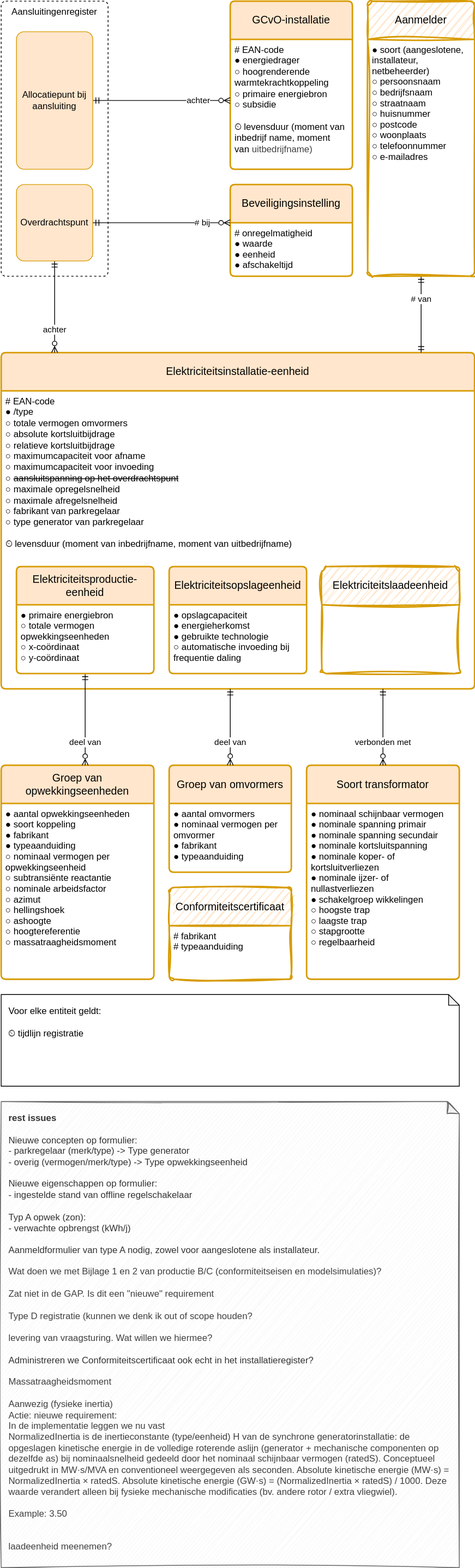
Before: registers/installatieregister/1.0/installatieregister.drawio.svg, a diagram exported from draw.io (Netbeheer-Nederland/stelsel). Source tidied: cells renumbered, new cells last; positions are measured from the earlier drawing's top-left corner, leaving out a move shared by most shapes.
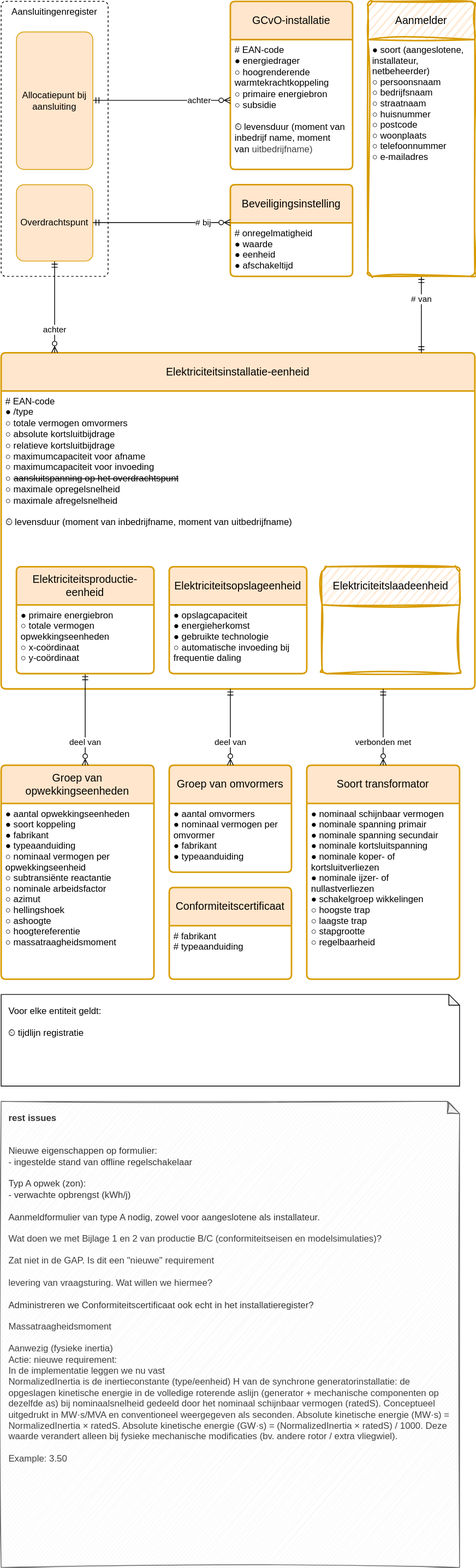
After the change.

Commit message:
aanpassingen linkml / samenvoegen zonne/wind installaties

The edit, as a diff of the source:
```diff
@@ -17,7 +17,7 @@
     <mxCell id="6" value="Elektriciteitsinstallatie-eenheid" style="swimlane;horizontal=1;startSize=50;rounded=1;fontSize=14;fontStyle=0;strokeWidth=2;shadow=0;dashed=0;align=center;fillColor=#ffe6cc;strokeColor=#d79b00;arcSize=4;whiteSpace=wrap;html=1;spacing=10;" parent="1" vertex="1">
       <mxGeometry y="460" width="620" height="440" as="geometry" />
     </mxCell>
-    <mxCell id="7" value="&lt;font style=&quot;background-color: light-dark(#ffffff, var(--ge-dark-color, #121212));&quot;&gt;# EAN-code&lt;br&gt;● /type&lt;br&gt;○&amp;nbsp;totale vermogen omvormers&lt;br&gt;○ absolute kortsluitbijdrage&lt;br&gt;○ relatieve kortsluitbijdrage&lt;br&gt;○&amp;nbsp;maximumcapaciteit voor&amp;nbsp;afname&lt;br&gt;○&amp;nbsp;maximumcapaciteit voor&amp;nbsp;invoeding&lt;br&gt;○&amp;nbsp;&lt;strike style=&quot;&quot;&gt;aansluitspanning op het overdrachtspunt&lt;/strike&gt;&lt;/font&gt;&lt;div&gt;&lt;font&gt;&lt;span style=&quot;background-color: light-dark(#ffffff, var(--ge-dark-color, #121212));&quot;&gt;○ maximale opregelsnelheid&lt;/span&gt;&lt;/font&gt;&lt;/div&gt;&lt;div&gt;&lt;font&gt;&lt;span style=&quot;background-color: light-dark(#ffffff, var(--ge-dark-color, #121212));&quot;&gt;○ maximale afregelsnelheid&lt;/span&gt;&lt;/font&gt;&lt;/div&gt;&lt;div&gt;&lt;font style=&quot;background-color: light-dark(#ffffff, var(--ge-dark-color, #121212));&quot;&gt;&lt;span&gt;○&lt;/span&gt;&lt;span&gt;&amp;nbsp;fabrikant van parkregelaar&lt;/span&gt;&lt;br style=&quot;scrollbar-color: rgb(226, 226, 226) rgb(251, 251, 251); padding: 0px; margin: 0px;&quot;&gt;&lt;span&gt;○&lt;/span&gt;&lt;span&gt;&amp;nbsp;type generator van&lt;/span&gt;&lt;span&gt;&amp;nbsp;parkregelaar&amp;nbsp;&lt;/span&gt;&lt;br&gt;&lt;br&gt;&lt;/font&gt;&lt;div&gt;&lt;font style=&quot;background-color: light-dark(#ffffff, var(--ge-dark-color, #121212));&quot;&gt;⏲&amp;nbsp;levensduur (moment van inbedrijfname, moment van uitbedrijfname)&lt;/font&gt;&lt;/div&gt;&lt;/div&gt;" style="align=left;strokeColor=none;fillColor=none;spacingLeft=4;fontSize=12;verticalAlign=top;fontColor=default;html=1;" parent="6" vertex="1">
+    <mxCell id="7" value="&lt;font style=&quot;background-color: light-dark(#ffffff, var(--ge-dark-color, #121212));&quot;&gt;# EAN-code&lt;br&gt;● /type&lt;br&gt;○&amp;nbsp;totale vermogen omvormers&lt;br&gt;○ absolute kortsluitbijdrage&lt;br&gt;○ relatieve kortsluitbijdrage&lt;br&gt;○&amp;nbsp;maximumcapaciteit voor&amp;nbsp;afname&lt;br&gt;○&amp;nbsp;maximumcapaciteit voor&amp;nbsp;invoeding&lt;br&gt;○&amp;nbsp;&lt;strike style=&quot;&quot;&gt;aansluitspanning op het overdrachtspunt&lt;/strike&gt;&lt;/font&gt;&lt;div&gt;&lt;font&gt;&lt;span style=&quot;background-color: light-dark(#ffffff, var(--ge-dark-color, #121212));&quot;&gt;○ maximale opregelsnelheid&lt;/span&gt;&lt;/font&gt;&lt;/div&gt;&lt;div&gt;&lt;font&gt;&lt;span style=&quot;background-color: light-dark(#ffffff, var(--ge-dark-color, #121212));&quot;&gt;○ maximale afregelsnelheid&lt;/span&gt;&lt;/font&gt;&lt;/div&gt;&lt;div&gt;&lt;font style=&quot;background-color: light-dark(#ffffff, var(--ge-dark-color, #121212));&quot;&gt;&lt;br&gt;&lt;/font&gt;&lt;div&gt;&lt;font style=&quot;background-color: light-dark(#ffffff, var(--ge-dark-color, #121212));&quot;&gt;⏲&amp;nbsp;levensduur (moment van inbedrijfname, moment van uitbedrijfname)&lt;/font&gt;&lt;/div&gt;&lt;/div&gt;" style="align=left;strokeColor=none;fillColor=none;spacingLeft=4;fontSize=12;verticalAlign=top;fontColor=default;html=1;" parent="6" vertex="1">
       <mxGeometry y="50" width="620" height="390" as="geometry" />
     </mxCell>
     <mxCell id="8" value="Groep van opwekkingseenheden" style="swimlane;horizontal=1;startSize=50;rounded=1;fontSize=14;fontStyle=0;strokeWidth=2;shadow=0;dashed=0;align=center;fillColor=#ffe6cc;strokeColor=#d79b00;arcSize=4;whiteSpace=wrap;html=1;spacing=10;" parent="1" vertex="1">
@@ -53,7 +53,7 @@
     <mxCell id="18" value="Overdrachtspunt" style="rounded=1;arcSize=10;whiteSpace=wrap;html=1;align=center;fillColor=#ffe6cc;strokeColor=#d79b00;" parent="1" vertex="1">
       <mxGeometry x="20" y="240" width="100" height="100" as="geometry" />
     </mxCell>
-    <mxCell id="19" value="Conformiteitscertificaat" style="swimlane;horizontal=1;startSize=50;rounded=1;fontSize=14;fontStyle=0;strokeWidth=2;shadow=0;dashed=0;align=center;fillColor=#ffe6cc;strokeColor=#d79b00;arcSize=4;whiteSpace=wrap;html=1;spacing=10;sketch=1;curveFitting=1;jiggle=2;" parent="1" vertex="1">
+    <mxCell id="19" value="Conformiteitscertificaat" style="swimlane;horizontal=1;startSize=50;rounded=1;fontSize=14;fontStyle=0;strokeWidth=2;shadow=0;dashed=0;align=center;fillColor=#ffe6cc;strokeColor=#d79b00;arcSize=4;whiteSpace=wrap;html=1;spacing=10;" parent="1" vertex="1">
       <mxGeometry x="220" y="1160" width="160" height="120" as="geometry" />
     </mxCell>
     <mxCell id="20" value="# fabrikant&#10;# typeaanduiding" style="align=left;strokeColor=none;fillColor=none;spacingLeft=4;fontSize=12;verticalAlign=top;" parent="19" vertex="1">
@@ -101,7 +101,7 @@
     <mxCell id="34" value="● soort (aangeslotene,&#10;   installateur,&#10;   netbeheerder)&#10;○ persoonsnaam &#10;○ bedrijfsnaam &#10;○ straatnaam&#10;○ huisnummer&#10;○ postcode&#10;○ woonplaats&#10;○ telefoonnummer&#10;○ e-mailadres" style="align=left;strokeColor=none;fillColor=none;spacingLeft=4;fontSize=12;verticalAlign=top;" parent="33" vertex="1">
       <mxGeometry y="50" width="140" height="310" as="geometry" />
     </mxCell>
-    <mxCell id="35" value="&lt;div&gt;&lt;b&gt;rest issues&lt;/b&gt;&lt;/div&gt;&lt;div&gt;&lt;br&gt;&lt;/div&gt;Nieuwe concepten op formulier:&lt;div&gt;- parkregelaar (merk/type) -&amp;gt;&amp;nbsp;Type generator&lt;/div&gt;&lt;div&gt;- overig (vermogen/merk/type) -&amp;gt;&amp;nbsp;Type opwekkingseenheid&lt;/div&gt;&lt;div&gt;&lt;br&gt;&lt;/div&gt;&lt;div&gt;Nieuwe eigenschappen op formulier:&lt;/div&gt;&lt;div&gt;- ingestelde stand van offline regelschakelaar&lt;/div&gt;&lt;div&gt;&lt;br&gt;&lt;/div&gt;&lt;div&gt;Typ A opwek (zon):&lt;/div&gt;&lt;div&gt;- verwachte opbrengst (kWh/j)&lt;/div&gt;&lt;div&gt;&lt;br&gt;&lt;/div&gt;&lt;div&gt;&lt;span style=&quot;color: rgb(51, 51, 51);&quot;&gt;Aanmeldformulier van type A nodig, zowel voor aangeslotene als installateur.&lt;/span&gt;&lt;/div&gt;&lt;div&gt;&lt;br&gt;&lt;/div&gt;&lt;div&gt;&lt;span style=&quot;color: rgb(63, 63, 63); background-color: transparent;&quot;&gt;Wat doen we met Bijlage 1 en 2 van productie B/C (conformiteitseisen en modelsimulaties)?&lt;/span&gt;&lt;/div&gt;&lt;div&gt;&lt;span style=&quot;color: rgb(63, 63, 63); background-color: transparent;&quot;&gt;&lt;br&gt;&lt;/span&gt;&lt;/div&gt;&lt;div&gt;&lt;span style=&quot;color: rgb(63, 63, 63); background-color: transparent;&quot;&gt;Zat niet in de GAP. Is dit een &quot;nieuwe&quot; requirement&lt;/span&gt;&lt;/div&gt;&lt;div&gt;&lt;span style=&quot;color: rgb(63, 63, 63); background-color: transparent;&quot;&gt;&lt;br&gt;&lt;/span&gt;&lt;/div&gt;&lt;div&gt;&lt;span style=&quot;color: rgb(63, 63, 63); background-color: transparent;&quot;&gt;Type D registratie (kunnen we denk ik out of scope houden?&lt;/span&gt;&lt;/div&gt;&lt;div&gt;&lt;span style=&quot;color: rgb(63, 63, 63); background-color: transparent;&quot;&gt;&lt;br&gt;&lt;/span&gt;&lt;/div&gt;&lt;div&gt;&lt;span style=&quot;color: rgb(63, 63, 63); background-color: transparent;&quot;&gt;levering van vraagsturing. Wat willen we hiermee?&lt;/span&gt;&lt;/div&gt;&lt;div&gt;&lt;span style=&quot;color: rgb(63, 63, 63); background-color: transparent;&quot;&gt;&lt;br&gt;&lt;/span&gt;&lt;/div&gt;&lt;div&gt;&lt;span style=&quot;color: rgb(63, 63, 63); background-color: transparent;&quot;&gt;&lt;span style=&quot;color: rgb(51, 51, 51);&quot;&gt;Administreren we Conformiteitscertificaat ook echt in het installatieregister?&lt;/span&gt;&lt;/span&gt;&lt;/div&gt;&lt;div&gt;&lt;span style=&quot;color: rgb(63, 63, 63); background-color: transparent;&quot;&gt;&lt;span style=&quot;color: rgb(51, 51, 51);&quot;&gt;&lt;br&gt;&lt;/span&gt;&lt;/span&gt;&lt;/div&gt;&lt;div&gt;&lt;span style=&quot;color: rgb(63, 63, 63); background-color: transparent;&quot;&gt;&lt;span style=&quot;color: rgb(51, 51, 51);&quot;&gt;&lt;div style=&quot;color: rgb(63, 63, 63); scrollbar-color: rgb(226, 226, 226) rgb(251, 251, 251);&quot;&gt;&lt;font style=&quot;scrollbar-color: rgb(226, 226, 226) rgb(251, 251, 251);&quot;&gt;Massatraagheidsmoment&lt;/font&gt;&lt;/div&gt;&lt;div style=&quot;color: rgb(63, 63, 63); scrollbar-color: rgb(226, 226, 226) rgb(251, 251, 251);&quot;&gt;&lt;font style=&quot;scrollbar-color: rgb(226, 226, 226) rgb(251, 251, 251);&quot;&gt;&lt;br style=&quot;color: rgb(63, 63, 63); scrollbar-color: rgb(226, 226, 226) rgb(251, 251, 251);&quot;&gt;&lt;/font&gt;&lt;/div&gt;&lt;div style=&quot;color: rgb(63, 63, 63); scrollbar-color: rgb(226, 226, 226) rgb(251, 251, 251);&quot;&gt;&lt;font style=&quot;scrollbar-color: rgb(226, 226, 226) rgb(251, 251, 251);&quot;&gt;Aanwezig (fysieke inertia)&lt;/font&gt;&lt;/div&gt;&lt;div style=&quot;color: rgb(63, 63, 63); scrollbar-color: rgb(226, 226, 226) rgb(251, 251, 251);&quot;&gt;&lt;font style=&quot;scrollbar-color: rgb(226, 226, 226) rgb(251, 251, 251);&quot;&gt;Actie: nieuwe requirement:&lt;/font&gt;&lt;/div&gt;&lt;div style=&quot;color: rgb(63, 63, 63); scrollbar-color: rgb(226, 226, 226) rgb(251, 251, 251);&quot;&gt;&lt;font style=&quot;scrollbar-color: rgb(226, 226, 226) rgb(251, 251, 251);&quot;&gt;In de implementatie leggen we nu vast&lt;/font&gt;&lt;/div&gt;&lt;div style=&quot;color: rgb(63, 63, 63); scrollbar-color: rgb(226, 226, 226) rgb(251, 251, 251);&quot;&gt;&lt;font style=&quot;scrollbar-color: rgb(226, 226, 226) rgb(251, 251, 251);&quot;&gt;NormalizedInertia is de inertieconstante (type/eenheid) H van de synchrone generatorinstallatie: de opgeslagen kinetische energie in de volledige roterende aslijn (generator + mechanische componenten op dezelfde as) bij nominaalsnelheid gedeeld door het nominaal schijnbaar vermogen (ratedS). Conceptueel uitgedrukt in MW·s/MVA en conventioneel weergegeven als seconden. Absolute kinetische energie (MW·s) = NormalizedInertia × ratedS. Absolute kinetische energie (GW·s) = (NormalizedInertia × ratedS) / 1000. Deze waarde verandert alleen bij fysieke mechanische modificaties (bv. andere rotor / extra vliegwiel).&lt;/font&gt;&lt;/div&gt;&lt;div style=&quot;color: rgb(63, 63, 63); scrollbar-color: rgb(226, 226, 226) rgb(251, 251, 251);&quot;&gt;&lt;font style=&quot;scrollbar-color: rgb(226, 226, 226) rgb(251, 251, 251);&quot;&gt;&lt;br style=&quot;color: rgb(63, 63, 63); scrollbar-color: rgb(226, 226, 226) rgb(251, 251, 251);&quot;&gt;&lt;/font&gt;&lt;/div&gt;&lt;div style=&quot;color: rgb(63, 63, 63); scrollbar-color: rgb(226, 226, 226) rgb(251, 251, 251);&quot;&gt;&lt;font style=&quot;scrollbar-color: rgb(226, 226, 226) rgb(251, 251, 251);&quot;&gt;Example: 3.50&lt;/font&gt;&lt;/div&gt;&lt;div style=&quot;color: rgb(63, 63, 63); scrollbar-color: rgb(226, 226, 226) rgb(251, 251, 251);&quot;&gt;&lt;font style=&quot;scrollbar-color: rgb(226, 226, 226) rgb(251, 251, 251);&quot;&gt;&lt;br&gt;&lt;/font&gt;&lt;/div&gt;&lt;div style=&quot;color: rgb(63, 63, 63); scrollbar-color: rgb(226, 226, 226) rgb(251, 251, 251);&quot;&gt;&lt;font style=&quot;scrollbar-color: rgb(226, 226, 226) rgb(251, 251, 251);&quot;&gt;&lt;br&gt;&lt;/font&gt;&lt;/div&gt;&lt;div style=&quot;color: rgb(63, 63, 63); scrollbar-color: rgb(226, 226, 226) rgb(251, 251, 251);&quot;&gt;&lt;font style=&quot;scrollbar-color: rgb(226, 226, 226) rgb(251, 251, 251);&quot;&gt;laadeenheid meenemen?&lt;/font&gt;&lt;/div&gt;&lt;/span&gt;&lt;/span&gt;&lt;/div&gt;" style="shape=note;whiteSpace=wrap;html=1;backgroundOutline=1;darkOpacity=0.05;sketch=1;curveFitting=1;jiggle=2;fillColor=#f5f5f5;fontColor=#333333;strokeColor=#666666;spacing=10;verticalAlign=top;align=left;size=16;" parent="1" vertex="1">
+    <mxCell id="35" value="&lt;div&gt;&lt;b&gt;rest issues&lt;/b&gt;&lt;/div&gt;&lt;div&gt;&lt;br&gt;&lt;/div&gt;&lt;div&gt;&lt;br&gt;&lt;/div&gt;&lt;div&gt;Nieuwe eigenschappen op formulier:&lt;/div&gt;&lt;div&gt;- ingestelde stand van offline regelschakelaar&lt;/div&gt;&lt;div&gt;&lt;br&gt;&lt;/div&gt;&lt;div&gt;Typ A opwek (zon):&lt;/div&gt;&lt;div&gt;- verwachte opbrengst (kWh/j)&lt;/div&gt;&lt;div&gt;&lt;br&gt;&lt;/div&gt;&lt;div&gt;&lt;span style=&quot;color: rgb(51, 51, 51);&quot;&gt;Aanmeldformulier van type A nodig, zowel voor aangeslotene als installateur.&lt;/span&gt;&lt;/div&gt;&lt;div&gt;&lt;br&gt;&lt;/div&gt;&lt;div&gt;&lt;span style=&quot;color: rgb(63, 63, 63); background-color: transparent;&quot;&gt;Wat doen we met Bijlage 1 en 2 van productie B/C (conformiteitseisen en modelsimulaties)?&lt;/span&gt;&lt;/div&gt;&lt;div&gt;&lt;span style=&quot;color: rgb(63, 63, 63); background-color: transparent;&quot;&gt;&lt;br&gt;&lt;/span&gt;&lt;/div&gt;&lt;div&gt;&lt;span style=&quot;color: rgb(63, 63, 63); background-color: transparent;&quot;&gt;Zat niet in de GAP. Is dit een &quot;nieuwe&quot; requirement&lt;/span&gt;&lt;/div&gt;&lt;div&gt;&lt;span style=&quot;color: rgb(63, 63, 63); background-color: transparent;&quot;&gt;&lt;br&gt;&lt;/span&gt;&lt;/div&gt;&lt;div&gt;&lt;span style=&quot;color: rgb(63, 63, 63); background-color: transparent;&quot;&gt;levering van vraagsturing. Wat willen we hiermee?&lt;/span&gt;&lt;/div&gt;&lt;div&gt;&lt;span style=&quot;color: rgb(63, 63, 63); background-color: transparent;&quot;&gt;&lt;br&gt;&lt;/span&gt;&lt;/div&gt;&lt;div&gt;&lt;span style=&quot;color: rgb(63, 63, 63); background-color: transparent;&quot;&gt;&lt;span style=&quot;color: rgb(51, 51, 51);&quot;&gt;Administreren we Conformiteitscertificaat ook echt in het installatieregister?&lt;/span&gt;&lt;/span&gt;&lt;/div&gt;&lt;div&gt;&lt;span style=&quot;color: rgb(63, 63, 63); background-color: transparent;&quot;&gt;&lt;span style=&quot;color: rgb(51, 51, 51);&quot;&gt;&lt;br&gt;&lt;/span&gt;&lt;/span&gt;&lt;/div&gt;&lt;div&gt;&lt;span style=&quot;color: rgb(63, 63, 63); background-color: transparent;&quot;&gt;&lt;span style=&quot;color: rgb(51, 51, 51);&quot;&gt;&lt;div style=&quot;color: rgb(63, 63, 63); scrollbar-color: rgb(226, 226, 226) rgb(251, 251, 251);&quot;&gt;&lt;font style=&quot;scrollbar-color: rgb(226, 226, 226) rgb(251, 251, 251);&quot;&gt;Massatraagheidsmoment&lt;/font&gt;&lt;/div&gt;&lt;div style=&quot;color: rgb(63, 63, 63); scrollbar-color: rgb(226, 226, 226) rgb(251, 251, 251);&quot;&gt;&lt;font style=&quot;scrollbar-color: rgb(226, 226, 226) rgb(251, 251, 251);&quot;&gt;&lt;br style=&quot;color: rgb(63, 63, 63); scrollbar-color: rgb(226, 226, 226) rgb(251, 251, 251);&quot;&gt;&lt;/font&gt;&lt;/div&gt;&lt;div style=&quot;color: rgb(63, 63, 63); scrollbar-color: rgb(226, 226, 226) rgb(251, 251, 251);&quot;&gt;&lt;font style=&quot;scrollbar-color: rgb(226, 226, 226) rgb(251, 251, 251);&quot;&gt;Aanwezig (fysieke inertia)&lt;/font&gt;&lt;/div&gt;&lt;div style=&quot;color: rgb(63, 63, 63); scrollbar-color: rgb(226, 226, 226) rgb(251, 251, 251);&quot;&gt;&lt;font style=&quot;scrollbar-color: rgb(226, 226, 226) rgb(251, 251, 251);&quot;&gt;Actie: nieuwe requirement:&lt;/font&gt;&lt;/div&gt;&lt;div style=&quot;color: rgb(63, 63, 63); scrollbar-color: rgb(226, 226, 226) rgb(251, 251, 251);&quot;&gt;&lt;font style=&quot;scrollbar-color: rgb(226, 226, 226) rgb(251, 251, 251);&quot;&gt;In de implementatie leggen we nu vast&lt;/font&gt;&lt;/div&gt;&lt;div style=&quot;color: rgb(63, 63, 63); scrollbar-color: rgb(226, 226, 226) rgb(251, 251, 251);&quot;&gt;&lt;font style=&quot;scrollbar-color: rgb(226, 226, 226) rgb(251, 251, 251);&quot;&gt;NormalizedInertia is de inertieconstante (type/eenheid) H van de synchrone generatorinstallatie: de opgeslagen kinetische energie in de volledige roterende aslijn (generator + mechanische componenten op dezelfde as) bij nominaalsnelheid gedeeld door het nominaal schijnbaar vermogen (ratedS). Conceptueel uitgedrukt in MW·s/MVA en conventioneel weergegeven als seconden. Absolute kinetische energie (MW·s) = NormalizedInertia × ratedS. Absolute kinetische energie (GW·s) = (NormalizedInertia × ratedS) / 1000. Deze waarde verandert alleen bij fysieke mechanische modificaties (bv. andere rotor / extra vliegwiel).&lt;/font&gt;&lt;/div&gt;&lt;div style=&quot;color: rgb(63, 63, 63); scrollbar-color: rgb(226, 226, 226) rgb(251, 251, 251);&quot;&gt;&lt;font style=&quot;scrollbar-color: rgb(226, 226, 226) rgb(251, 251, 251);&quot;&gt;&lt;br style=&quot;color: rgb(63, 63, 63); scrollbar-color: rgb(226, 226, 226) rgb(251, 251, 251);&quot;&gt;&lt;/font&gt;&lt;/div&gt;&lt;div style=&quot;color: rgb(63, 63, 63); scrollbar-color: rgb(226, 226, 226) rgb(251, 251, 251);&quot;&gt;&lt;font style=&quot;scrollbar-color: rgb(226, 226, 226) rgb(251, 251, 251);&quot;&gt;Example: 3.50&lt;/font&gt;&lt;/div&gt;&lt;/span&gt;&lt;/span&gt;&lt;/div&gt;" style="shape=note;whiteSpace=wrap;html=1;backgroundOutline=1;darkOpacity=0.05;sketch=1;curveFitting=1;jiggle=2;fillColor=#f5f5f5;fontColor=#333333;strokeColor=#666666;spacing=10;verticalAlign=top;align=left;size=16;" parent="1" vertex="1">
       <mxGeometry y="1440" width="600" height="610" as="geometry" />
     </mxCell>
   </root>
```
